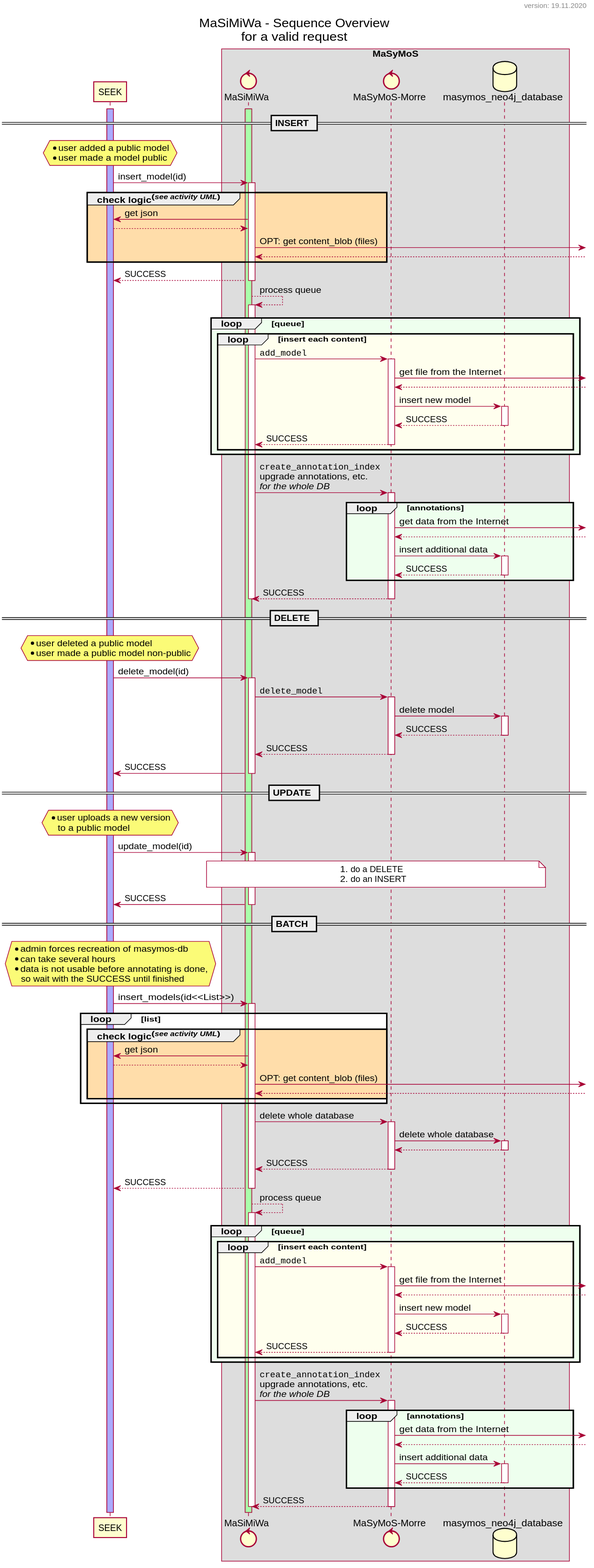
MaSyMoS/masymos-seek-middleware keeps this PlantUML diagram as dev/uml/sequence_overview.svg. Above is the earlier version.
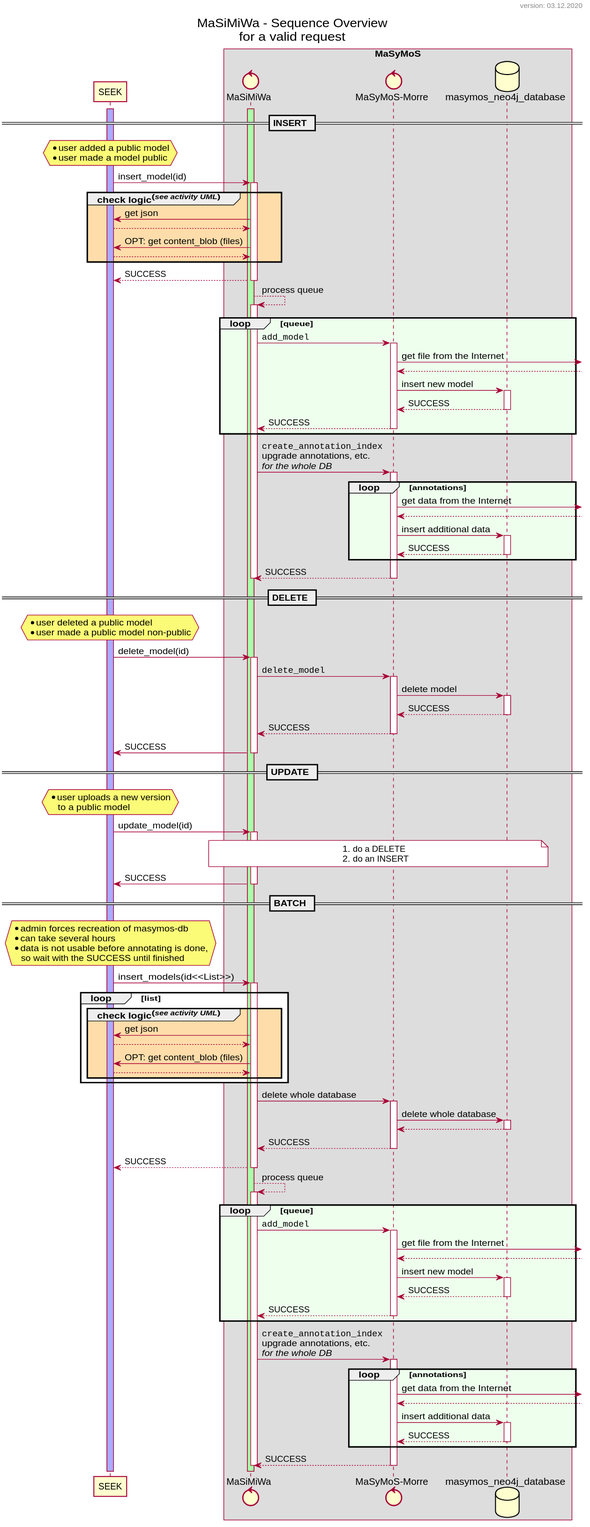
The same file after the commit.

Commit message:
docs: sequence UML; usage delete error codes; planning

What changed in the source:
```diff
@@ -13,8 +13,8 @@
 seek            <-      miwa            : get json
 seek            -->     miwa
 
-miwa            ->]                     : OPT: get content_blob (files)
-miwa            <--]
+seek            <-      miwa            : OPT: get content_blob (files)
+seek            -->     miwa
 
 end
 !enddefinelong
@@ -25,8 +25,6 @@
     activate miwa
 
     loop #efe queue
-
-    loop #ffe insert each content
 
     miwa            ->      morre           : ""add_model""
         activate morre
@@ -42,7 +40,6 @@
     miwa            <--     morre           : SUCCESS
         deactivate morre
 
-    end
     end
 
     miwa            ->      morre           : ""create_annotation_index""\nupgrade annotations, etc.\n//for the whole DB//
```
